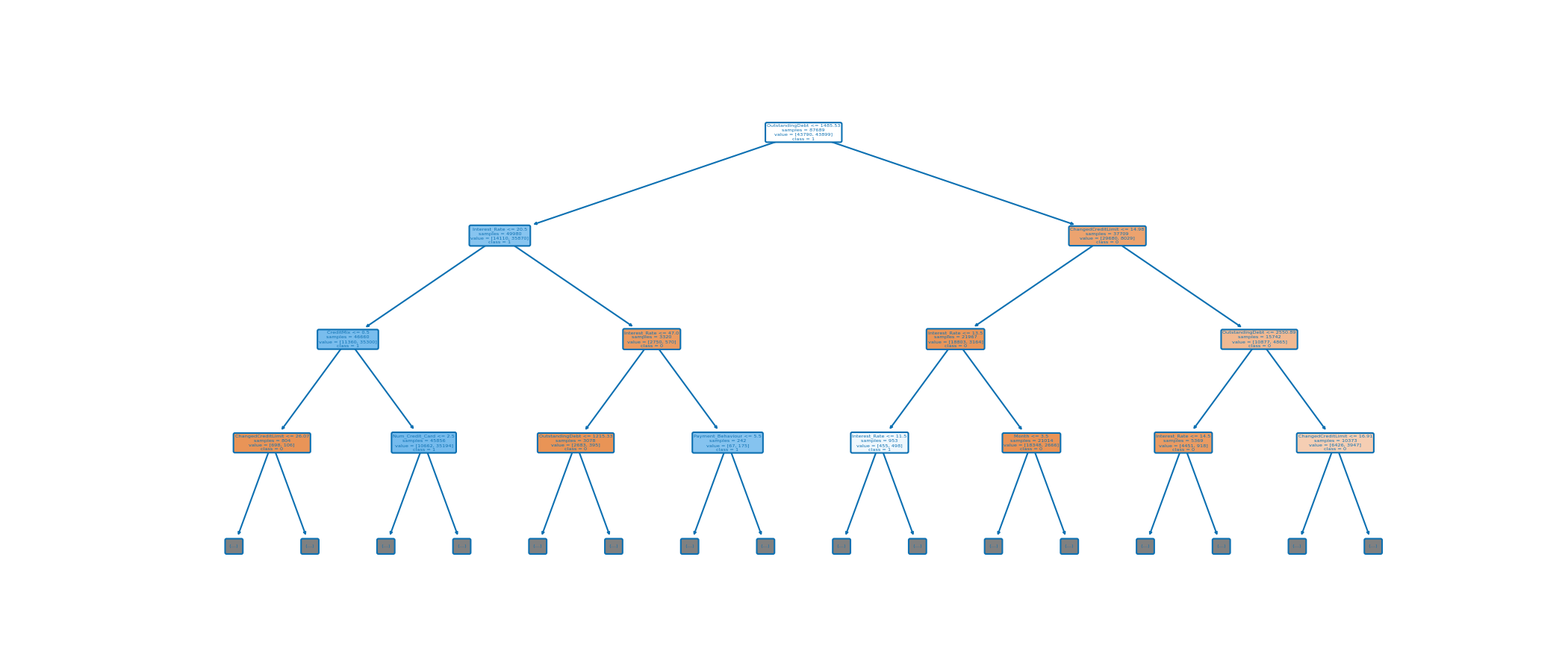
Above: classification/images/class_credit_score/data_classification/decision_trees/class_credit_score_dt_recall_best_tree.png in raquelfmcardoso/datascience-2023-2024-project (Graphviz), before the change. Its source is kept beside it as classification/class_credit_score_dt_recall_best_tree.dot. Source of this version:
```dot
digraph Tree {
node [shape=box, style="filled, rounded", color="black", fontname="helvetica"] ;
edge [fontname="helvetica"] ;
0 [label=<OutstandingDebt &le; 1485.53<br/>samples = 87689<br/>value = [43790, 43899]<br/>class = 1>, fillcolor="#ffffff"] ;
1 [label=<Interest_Rate &le; 20.5<br/>samples = 49980<br/>value = [14110, 35870]<br/>class = 1>, fillcolor="#87c4ef"] ;
0 -> 1 [labeldistance=2.5, labelangle=45, headlabel="True"] ;
2 [label=<CreditMix &le; 0.5<br/>samples = 46660<br/>value = [11360, 35300]<br/>class = 1>, fillcolor="#79bded"] ;
1 -> 2 ;
3 [label=<ChangedCreditLimit &le; 26.07<br/>samples = 804<br/>value = [698, 106]<br/>class = 0>, fillcolor="#e99457"] ;
2 -> 3 ;
4 [label="(...)", fillcolor="#C0C0C0"] ;
3 -> 4 ;
145 [label="(...)", fillcolor="#C0C0C0"] ;
3 -> 145 ;
152 [label=<Num_Credit_Card &le; 2.5<br/>samples = 45856<br/>value = [10662, 35194]<br/>class = 1>, fillcolor="#75bbed"] ;
2 -> 152 ;
153 [label="(...)", fillcolor="#C0C0C0"] ;
152 -> 153 ;
166 [label="(...)", fillcolor="#C0C0C0"] ;
152 -> 166 ;
5313 [label=<Interest_Rate &le; 47.0<br/>samples = 3320<br/>value = [2750, 570]<br/>class = 0>, fillcolor="#ea9b62"] ;
1 -> 5313 ;
5314 [label=<OutstandingDebt &le; 1215.33<br/>samples = 3078<br/>value = [2683, 395]<br/>class = 0>, fillcolor="#e99456"] ;
5313 -> 5314 ;
5315 [label="(...)", fillcolor="#C0C0C0"] ;
5314 -> 5315 ;
5382 [label="(...)", fillcolor="#C0C0C0"] ;
5314 -> 5382 ;
5815 [label=<Payment_Behaviour &le; 5.5<br/>samples = 242<br/>value = [67, 175]<br/>class = 1>, fillcolor="#85c3ef"] ;
5313 -> 5815 ;
5816 [label="(...)", fillcolor="#C0C0C0"] ;
5815 -> 5816 ;
5867 [label="(...)", fillcolor="#C0C0C0"] ;
5815 -> 5867 ;
5868 [label=<ChangedCreditLimit &le; 14.98<br/>samples = 37709<br/>value = [29680, 8029]<br/>class = 0>, fillcolor="#eca36f"] ;
0 -> 5868 [labeldistance=2.5, labelangle=-45, headlabel="False"] ;
5869 [label=<Interest_Rate &le; 13.5<br/>samples = 21967<br/>value = [18803, 3164]<br/>class = 0>, fillcolor="#e9965a"] ;
5868 -> 5869 ;
5870 [label=<Interest_Rate &le; 11.5<br/>samples = 953<br/>value = [455, 498]<br/>class = 1>, fillcolor="#eef7fd"] ;
5869 -> 5870 ;
5871 [label="(...)", fillcolor="#C0C0C0"] ;
5870 -> 5871 ;
6034 [label="(...)", fillcolor="#C0C0C0"] ;
5870 -> 6034 ;
6063 [label=<Month &le; 3.5<br/>samples = 21014<br/>value = [18348, 2666]<br/>class = 0>, fillcolor="#e99356"] ;
5869 -> 6063 ;
6064 [label="(...)", fillcolor="#C0C0C0"] ;
6063 -> 6064 ;
7069 [label="(...)", fillcolor="#C0C0C0"] ;
6063 -> 7069 ;
8976 [label=<OutstandingDebt &le; 2550.89<br/>samples = 15742<br/>value = [10877, 4865]<br/>class = 0>, fillcolor="#f1b992"] ;
5868 -> 8976 ;
8977 [label=<Interest_Rate &le; 14.5<br/>samples = 5369<br/>value = [4451, 918]<br/>class = 0>, fillcolor="#ea9b62"] ;
8976 -> 8977 ;
8978 [label="(...)", fillcolor="#C0C0C0"] ;
8977 -> 8978 ;
9109 [label="(...)", fillcolor="#C0C0C0"] ;
8977 -> 9109 ;
9834 [label=<ChangedCreditLimit &le; 16.91<br/>samples = 10373<br/>value = [6426, 3947]<br/>class = 0>, fillcolor="#f5ceb3"] ;
8976 -> 9834 ;
9835 [label="(...)", fillcolor="#C0C0C0"] ;
9834 -> 9835 ;
10116 [label="(...)", fillcolor="#C0C0C0"] ;
9834 -> 10116 ;
}
```
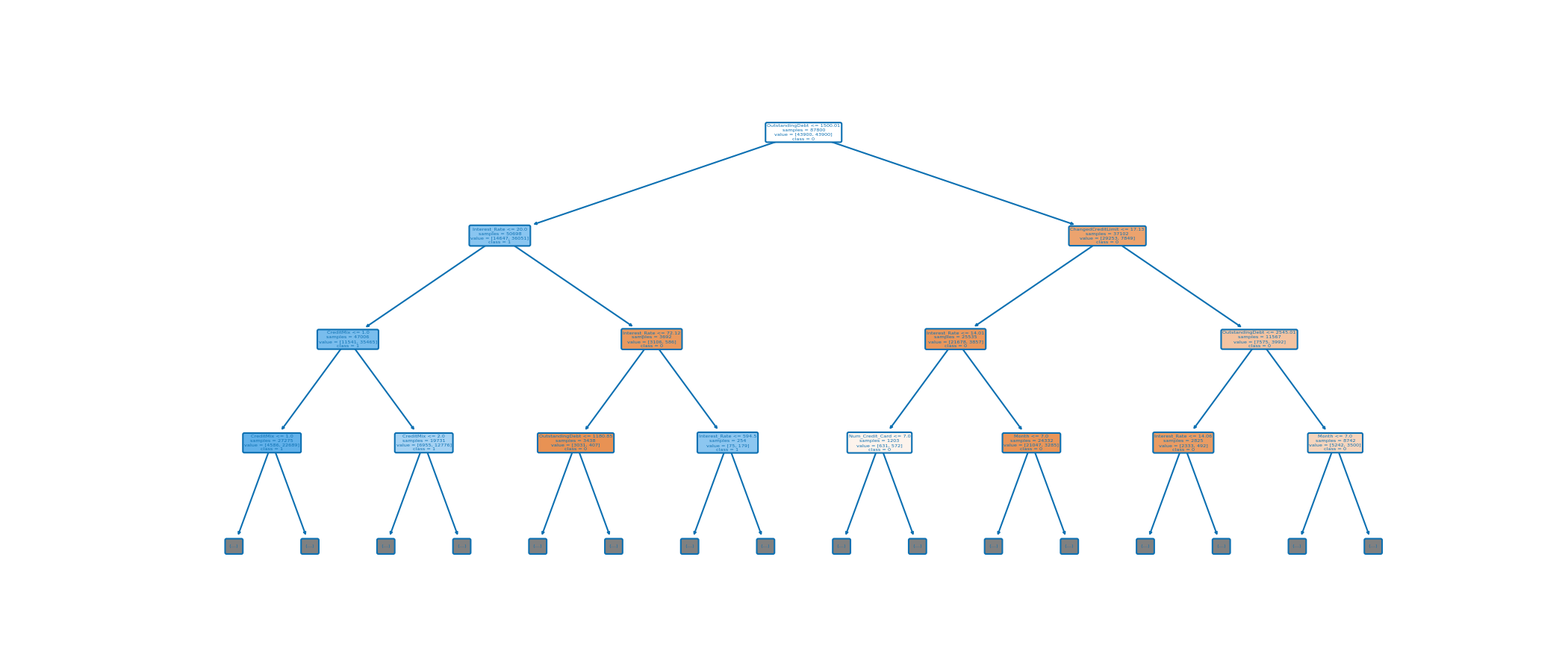
Above is the later version.

What changed in the source:
```diff
@@ -1,65 +1,65 @@
 digraph Tree {
 node [shape=box, style="filled, rounded", color="black", fontname="helvetica"] ;
 edge [fontname="helvetica"] ;
-0 [label=<OutstandingDebt &le; 1485.53<br/>samples = 87689<br/>value = [43790, 43899]<br/>class = 1>, fillcolor="#ffffff"] ;
-1 [label=<Interest_Rate &le; 20.5<br/>samples = 49980<br/>value = [14110, 35870]<br/>class = 1>, fillcolor="#87c4ef"] ;
+0 [label=<OutstandingDebt &le; 1500.01<br/>samples = 87800<br/>value = [43900, 43900]<br/>class = 0>, fillcolor="#ffffff"] ;
+1 [label=<Interest_Rate &le; 20.0<br/>samples = 50698<br/>value = [14647, 36051]<br/>class = 1>, fillcolor="#89c5f0"] ;
 0 -> 1 [labeldistance=2.5, labelangle=45, headlabel="True"] ;
-2 [label=<CreditMix &le; 0.5<br/>samples = 46660<br/>value = [11360, 35300]<br/>class = 1>, fillcolor="#79bded"] ;
+2 [label=<CreditMix &le; 1.0<br/>samples = 47006<br/>value = [11541, 35465]<br/>class = 1>, fillcolor="#79bded"] ;
 1 -> 2 ;
-3 [label=<ChangedCreditLimit &le; 26.07<br/>samples = 804<br/>value = [698, 106]<br/>class = 0>, fillcolor="#e99457"] ;
+3 [label=<CreditMix &le; 1.0<br/>samples = 27275<br/>value = [4586, 22689]<br/>class = 1>, fillcolor="#61b1ea"] ;
 2 -> 3 ;
 4 [label="(...)", fillcolor="#C0C0C0"] ;
 3 -> 4 ;
-145 [label="(...)", fillcolor="#C0C0C0"] ;
-3 -> 145 ;
-152 [label=<Num_Credit_Card &le; 2.5<br/>samples = 45856<br/>value = [10662, 35194]<br/>class = 1>, fillcolor="#75bbed"] ;
-2 -> 152 ;
-153 [label="(...)", fillcolor="#C0C0C0"] ;
-152 -> 153 ;
-166 [label="(...)", fillcolor="#C0C0C0"] ;
-152 -> 166 ;
-5313 [label=<Interest_Rate &le; 47.0<br/>samples = 3320<br/>value = [2750, 570]<br/>class = 0>, fillcolor="#ea9b62"] ;
-1 -> 5313 ;
-5314 [label=<OutstandingDebt &le; 1215.33<br/>samples = 3078<br/>value = [2683, 395]<br/>class = 0>, fillcolor="#e99456"] ;
-5313 -> 5314 ;
-5315 [label="(...)", fillcolor="#C0C0C0"] ;
-5314 -> 5315 ;
-5382 [label="(...)", fillcolor="#C0C0C0"] ;
-5314 -> 5382 ;
-5815 [label=<Payment_Behaviour &le; 5.5<br/>samples = 242<br/>value = [67, 175]<br/>class = 1>, fillcolor="#85c3ef"] ;
-5313 -> 5815 ;
-5816 [label="(...)", fillcolor="#C0C0C0"] ;
-5815 -> 5816 ;
-5867 [label="(...)", fillcolor="#C0C0C0"] ;
-5815 -> 5867 ;
-5868 [label=<ChangedCreditLimit &le; 14.98<br/>samples = 37709<br/>value = [29680, 8029]<br/>class = 0>, fillcolor="#eca36f"] ;
-0 -> 5868 [labeldistance=2.5, labelangle=-45, headlabel="False"] ;
-5869 [label=<Interest_Rate &le; 13.5<br/>samples = 21967<br/>value = [18803, 3164]<br/>class = 0>, fillcolor="#e9965a"] ;
-5868 -> 5869 ;
-5870 [label=<Interest_Rate &le; 11.5<br/>samples = 953<br/>value = [455, 498]<br/>class = 1>, fillcolor="#eef7fd"] ;
-5869 -> 5870 ;
-5871 [label="(...)", fillcolor="#C0C0C0"] ;
-5870 -> 5871 ;
-6034 [label="(...)", fillcolor="#C0C0C0"] ;
-5870 -> 6034 ;
-6063 [label=<Month &le; 3.5<br/>samples = 21014<br/>value = [18348, 2666]<br/>class = 0>, fillcolor="#e99356"] ;
-5869 -> 6063 ;
-6064 [label="(...)", fillcolor="#C0C0C0"] ;
-6063 -> 6064 ;
-7069 [label="(...)", fillcolor="#C0C0C0"] ;
-6063 -> 7069 ;
-8976 [label=<OutstandingDebt &le; 2550.89<br/>samples = 15742<br/>value = [10877, 4865]<br/>class = 0>, fillcolor="#f1b992"] ;
-5868 -> 8976 ;
-8977 [label=<Interest_Rate &le; 14.5<br/>samples = 5369<br/>value = [4451, 918]<br/>class = 0>, fillcolor="#ea9b62"] ;
-8976 -> 8977 ;
-8978 [label="(...)", fillcolor="#C0C0C0"] ;
-8977 -> 8978 ;
-9109 [label="(...)", fillcolor="#C0C0C0"] ;
-8977 -> 9109 ;
-9834 [label=<ChangedCreditLimit &le; 16.91<br/>samples = 10373<br/>value = [6426, 3947]<br/>class = 0>, fillcolor="#f5ceb3"] ;
-8976 -> 9834 ;
-9835 [label="(...)", fillcolor="#C0C0C0"] ;
-9834 -> 9835 ;
-10116 [label="(...)", fillcolor="#C0C0C0"] ;
-9834 -> 10116 ;
+139 [label="(...)", fillcolor="#C0C0C0"] ;
+3 -> 139 ;
+966 [label=<CreditMix &le; 2.0<br/>samples = 19731<br/>value = [6955, 12776]<br/>class = 1>, fillcolor="#a5d2f3"] ;
+2 -> 966 ;
+967 [label="(...)", fillcolor="#C0C0C0"] ;
+966 -> 967 ;
+968 [label="(...)", fillcolor="#C0C0C0"] ;
+966 -> 968 ;
+1843 [label=<Interest_Rate &le; 72.12<br/>samples = 3692<br/>value = [3106, 586]<br/>class = 0>, fillcolor="#ea995e"] ;
+1 -> 1843 ;
+1844 [label=<OutstandingDebt &le; 1180.85<br/>samples = 3438<br/>value = [3031, 407]<br/>class = 0>, fillcolor="#e89254"] ;
+1843 -> 1844 ;
+1845 [label="(...)", fillcolor="#C0C0C0"] ;
+1844 -> 1845 ;
+1920 [label="(...)", fillcolor="#C0C0C0"] ;
+1844 -> 1920 ;
+2247 [label=<Interest_Rate &le; 594.5<br/>samples = 254<br/>value = [75, 179]<br/>class = 1>, fillcolor="#8cc6f0"] ;
+1843 -> 2247 ;
+2248 [label="(...)", fillcolor="#C0C0C0"] ;
+2247 -> 2248 ;
+2283 [label="(...)", fillcolor="#C0C0C0"] ;
+2247 -> 2283 ;
+2302 [label=<ChangedCreditLimit &le; 17.13<br/>samples = 37102<br/>value = [29253, 7849]<br/>class = 0>, fillcolor="#eca36e"] ;
+0 -> 2302 [labeldistance=2.5, labelangle=-45, headlabel="False"] ;
+2303 [label=<Interest_Rate &le; 14.01<br/>samples = 25535<br/>value = [21678, 3857]<br/>class = 0>, fillcolor="#ea975c"] ;
+2302 -> 2303 ;
+2304 [label=<Num_Credit_Card &le; 7.0<br/>samples = 1203<br/>value = [631, 572]<br/>class = 0>, fillcolor="#fdf3ec"] ;
+2303 -> 2304 ;
+2305 [label="(...)", fillcolor="#C0C0C0"] ;
+2304 -> 2305 ;
+2536 [label="(...)", fillcolor="#C0C0C0"] ;
+2304 -> 2536 ;
+2563 [label=<Month &le; 7.0<br/>samples = 24332<br/>value = [21047, 3285]<br/>class = 0>, fillcolor="#e99558"] ;
+2303 -> 2563 ;
+2564 [label="(...)", fillcolor="#C0C0C0"] ;
+2563 -> 2564 ;
+3169 [label="(...)", fillcolor="#C0C0C0"] ;
+2563 -> 3169 ;
+3728 [label=<OutstandingDebt &le; 2545.01<br/>samples = 11567<br/>value = [7575, 3992]<br/>class = 0>, fillcolor="#f3c3a1"] ;
+2302 -> 3728 ;
+3729 [label=<Interest_Rate &le; 14.06<br/>samples = 2825<br/>value = [2333, 492]<br/>class = 0>, fillcolor="#ea9c63"] ;
+3728 -> 3729 ;
+3730 [label="(...)", fillcolor="#C0C0C0"] ;
+3729 -> 3730 ;
+3813 [label="(...)", fillcolor="#C0C0C0"] ;
+3729 -> 3813 ;
+4142 [label=<Month &le; 7.0<br/>samples = 8742<br/>value = [5242, 3500]<br/>class = 0>, fillcolor="#f6d5bd"] ;
+3728 -> 4142 ;
+4143 [label="(...)", fillcolor="#C0C0C0"] ;
+4142 -> 4143 ;
+4434 [label="(...)", fillcolor="#C0C0C0"] ;
+4142 -> 4434 ;
 }
```
